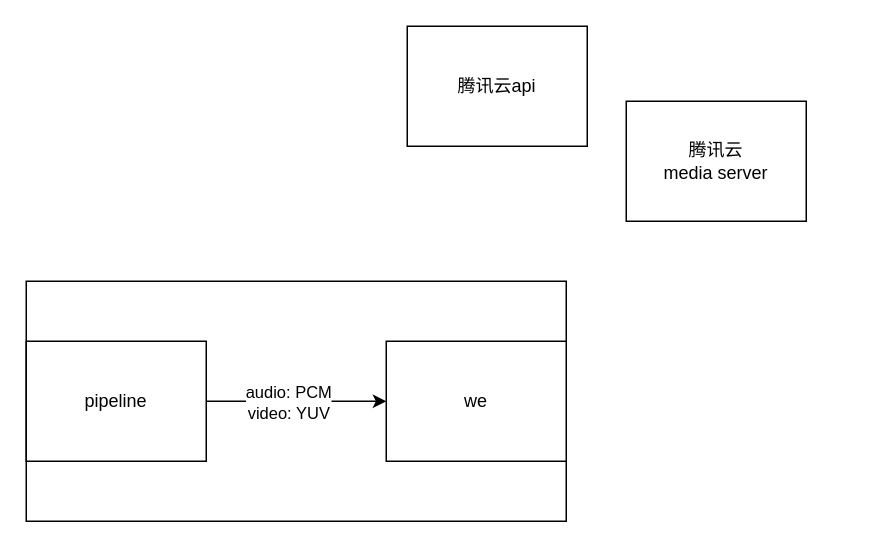
Earlier version of the draw.io diagram page "webrtc stream" (10 of 10) of Diagram3.drawio (craterone/imgs). Source tidied: cells renumbered, new cells numbered last; positions are measured from the earlier drawing's top-left corner, leaving out a move shared by most shapes. Both pictures are drawn from the tidied source at 150%, with x=0, y=0 at pixel (26, 26).
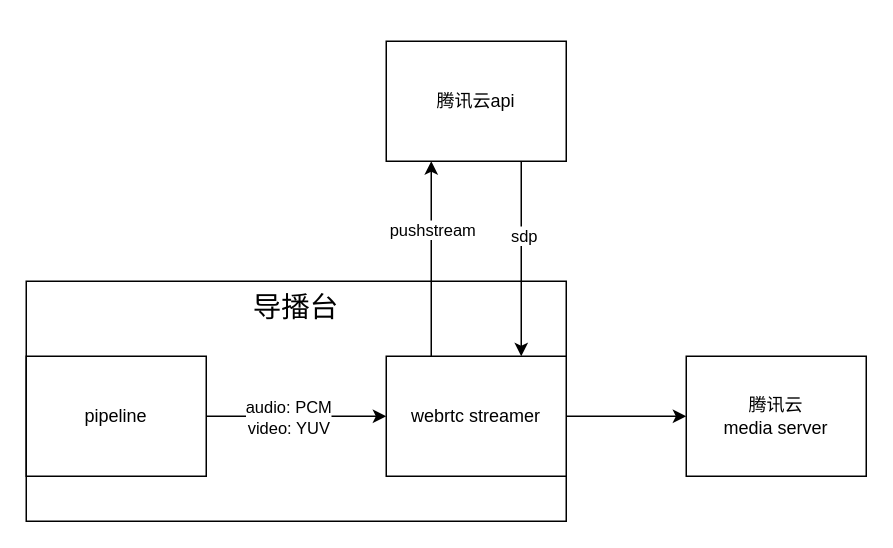
The same diagram, later.

The edit, as a diff of the source:
```diff
@@
 <mxGraphModel>
   <root>
     <mxCell id="0" />
     <mxCell id="1" parent="0" />
-    <mxCell id="2" style="rounded=0;whiteSpace=wrap;html=1;" parent="1" vertex="1">
+    <mxCell id="2" value="导播台" style="rounded=0;whiteSpace=wrap;html=1;verticalAlign=top;fontSize=19;" parent="1" vertex="1">
       <mxGeometry y="170" width="360" height="160" as="geometry" />
     </mxCell>
+    <mxCell id="9" style="edgeStyle=orthogonalEdgeStyle;rounded=0;jettySize=auto;html=1;exitX=0.75;exitY=1;exitDx=0;exitDy=0;entryX=0.75;entryY=0;entryDx=0;entryDy=0;" parent="1" edge="1" source="3" target="7">
+      <mxGeometry relative="1" as="geometry" />
+    </mxCell>
+    <mxCell id="10" value="sdp" style="edgeLabel;html=1;align=center;verticalAlign=middle;" parent="9" vertex="1">
+      <mxGeometry x="-0.25" y="1" relative="1" as="geometry" />
+    </mxCell>
     <mxCell id="3" value="腾讯云api" style="rounded=0;whiteSpace=wrap;html=1;" parent="1" vertex="1">
-      <mxGeometry x="254" width="120" height="80" as="geometry" />
+      <mxGeometry x="240" y="10" width="120" height="80" as="geometry" />
     </mxCell>
     <mxCell id="4" value="腾讯云&lt;br&gt;media server" style="rounded=0;whiteSpace=wrap;html=1;" parent="1" vertex="1">
-      <mxGeometry x="400" y="50" width="120" height="80" as="geometry" />
+      <mxGeometry x="440" y="220" width="120" height="80" as="geometry" />
     </mxCell>
     <mxCell id="5" style="edgeStyle=orthogonalEdgeStyle;rounded=0;jettySize=auto;html=1;exitX=1;exitY=0.5;exitDx=0;exitDy=0;" parent="1" edge="1" source="8" target="7">
       <mxGeometry relative="1" as="geometry" />
     </mxCell>
     <mxCell id="6" value="audio: PCM&lt;br&gt;video: YUV" style="edgeLabel;html=1;align=center;verticalAlign=middle;" parent="5" vertex="1">
       <mxGeometry x="-0.1" y="1" relative="1" as="geometry">
         <mxPoint y="1" as="offset" />
       </mxGeometry>
     </mxCell>
+    <mxCell id="11" style="edgeStyle=orthogonalEdgeStyle;rounded=0;jettySize=auto;html=1;entryX=0.25;entryY=1;entryDx=0;entryDy=0;exitX=0.25;exitY=0;exitDx=0;exitDy=0;" parent="1" edge="1" source="7" target="3">
+      <mxGeometry relative="1" as="geometry">
+        <Array as="points">
+          <mxPoint x="270" y="150" />
+          <mxPoint x="270" y="150" />
+        </Array>
+      </mxGeometry>
+    </mxCell>
+    <mxCell id="12" value="pushstream&lt;br&gt;" style="edgeLabel;html=1;align=center;verticalAlign=middle;" parent="11" vertex="1">
+      <mxGeometry x="0.31" y="1" relative="1" as="geometry">
+        <mxPoint x="1" as="offset" />
+      </mxGeometry>
+    </mxCell>
+    <mxCell id="13" style="edgeStyle=orthogonalEdgeStyle;rounded=0;jettySize=auto;html=1;entryX=0;entryY=0.5;entryDx=0;entryDy=0;" parent="1" edge="1" source="7" target="4">
+      <mxGeometry relative="1" as="geometry" />
+    </mxCell>
-    <mxCell id="7" value="we" style="rounded=0;whiteSpace=wrap;html=1;" parent="1" vertex="1">
-      <mxGeometry x="240" y="210" width="120" height="80" as="geometry" />
+    <mxCell id="7" value="webrtc streamer" style="rounded=0;whiteSpace=wrap;html=1;" parent="1" vertex="1">
+      <mxGeometry x="240" y="220" width="120" height="80" as="geometry" />
     </mxCell>
     <mxCell id="8" value="pipeline" style="rounded=0;whiteSpace=wrap;html=1;" parent="1" vertex="1">
-      <mxGeometry y="210" width="120" height="80" as="geometry" />
+      <mxGeometry y="220" width="120" height="80" as="geometry" />
     </mxCell>
   </root>
 </mxGraphModel>
```
